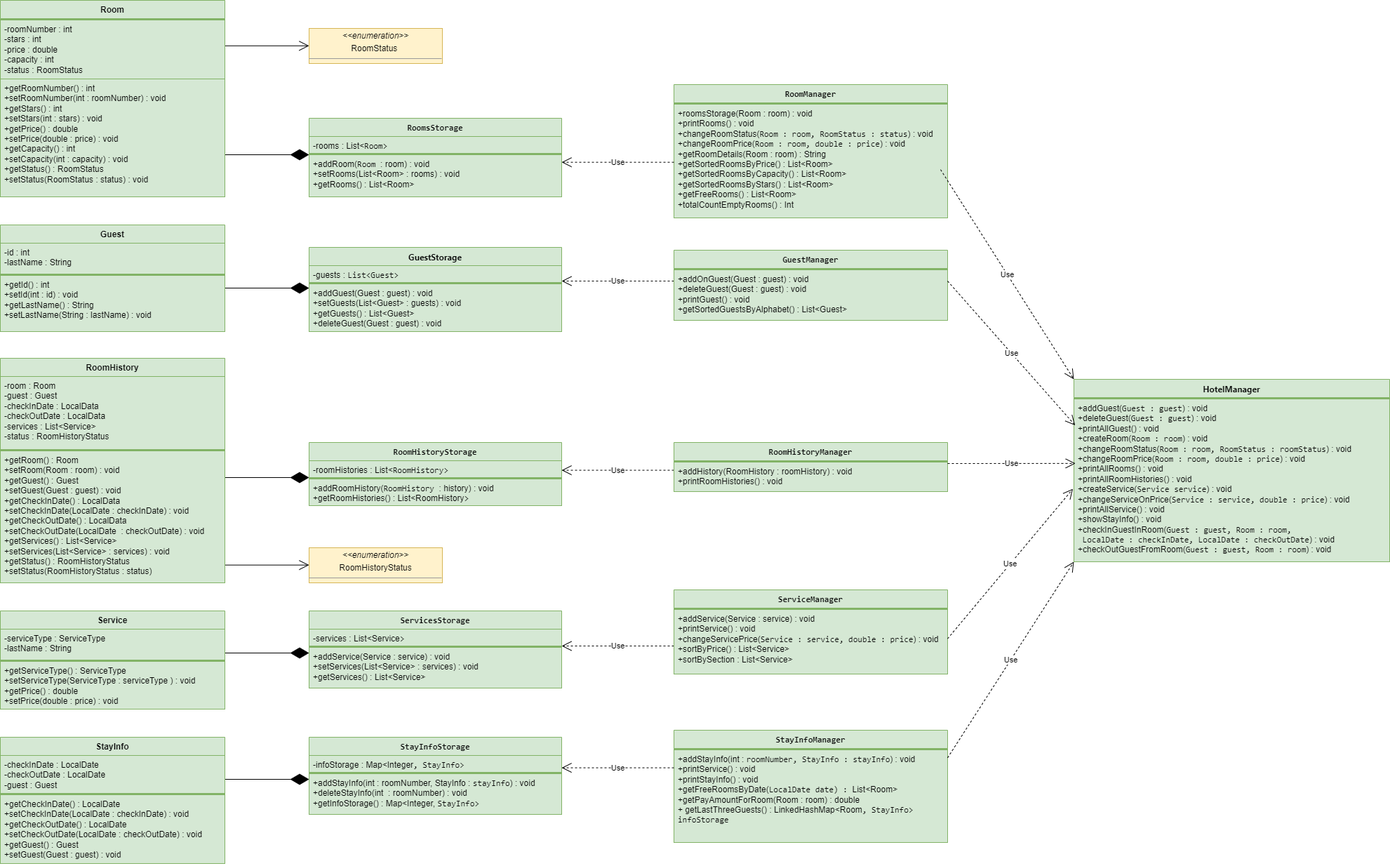
BERSHOV-AO/hotelAdministrator keeps this draw.io diagram as electronicHotelAdministrator.png. Above is the earlier version. Source tidied: cells renumbered, new cells last; positions are measured from the earlier drawing's top-left corner, leaving out a move shared by most shapes.
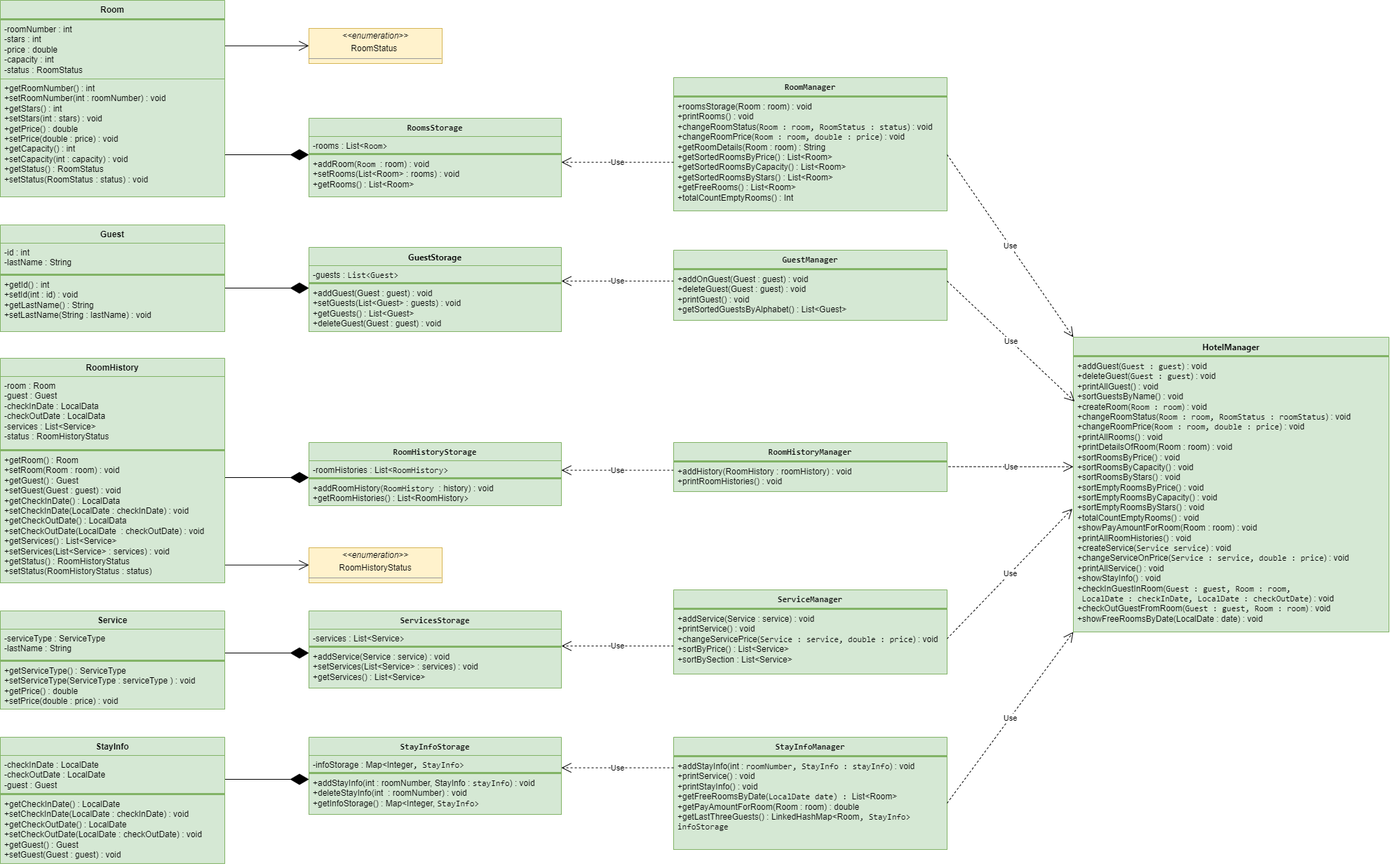
Above is the later version.

Commit message:
Refactor code, uml diagram

Diff of the diagram source:
```diff
@@ -183,7 +183,7 @@
       <mxGeometry y="52" width="360" height="58" as="geometry" />
     </mxCell>
     <mxCell id="52" value="&lt;div style=&quot;font-family: &amp;quot;JetBrains Mono&amp;quot;, monospace; font-size: 12px;&quot;&gt;RoomManager&lt;/div&gt;" style="swimlane;fontStyle=1;align=center;verticalAlign=top;horizontal=1;startSize=26;whiteSpace=wrap;html=1;fillColor=#d5e8d4;strokeColor=#82b366;fontSize=12;" parent="1" vertex="1">
-      <mxGeometry x="960" y="120" width="390" height="190" as="geometry" />
+      <mxGeometry x="960" y="110" width="390" height="190" as="geometry" />
     </mxCell>
     <mxCell id="53" style="line;strokeWidth=1;fillColor=#d5e8d4;align=left;verticalAlign=middle;spacingTop=-1;spacingLeft=3;spacingRight=3;labelPosition=right;strokeColor=#82b366;fontSize=12;" parent="52" vertex="1">
       <mxGeometry y="26" width="390" height="2" as="geometry" />
@@ -219,22 +219,22 @@
       <mxGeometry y="28" width="390" height="92" as="geometry" />
     </mxCell>
     <mxCell id="64" value="&lt;div style=&quot;font-family: &amp;quot;JetBrains Mono&amp;quot;, monospace; font-size: 12px;&quot;&gt;&lt;div style=&quot;font-size: 12px;&quot;&gt;&lt;div style=&quot;&quot;&gt;&lt;div style=&quot;&quot;&gt;StayInfoManager&lt;/div&gt;&lt;/div&gt;&lt;/div&gt;&lt;/div&gt;" style="swimlane;fontStyle=1;align=center;verticalAlign=top;horizontal=1;startSize=26;whiteSpace=wrap;html=1;fillColor=#d5e8d4;strokeColor=#82b366;fontSize=12;" parent="1" vertex="1">
-      <mxGeometry x="960" y="1040" width="390" height="160" as="geometry" />
+      <mxGeometry x="960" y="1050" width="390" height="160" as="geometry" />
     </mxCell>
     <mxCell id="65" style="line;strokeWidth=1;fillColor=#d5e8d4;align=left;verticalAlign=middle;spacingTop=-1;spacingLeft=3;spacingRight=3;labelPosition=right;strokeColor=#82b366;fontSize=12;" parent="64" vertex="1">
       <mxGeometry y="26" width="390" height="2" as="geometry" />
     </mxCell>
-    <mxCell id="66" value="+addStayInfo(int :&amp;nbsp;&lt;span style=&quot;font-family: &amp;quot;JetBrains Mono&amp;quot;, monospace;&quot;&gt;roomNumber&lt;/span&gt;&lt;span style=&quot;font-family: &amp;quot;JetBrains Mono&amp;quot;, monospace;&quot;&gt;, &lt;/span&gt;&lt;span style=&quot;font-family: &amp;quot;JetBrains Mono&amp;quot;, monospace;&quot;&gt;StayInfo : stayInfo&lt;/span&gt;) : void&lt;br&gt;+printService()&amp;nbsp;: void&lt;br&gt;+printStayInfo() : void&lt;br&gt;+getFreeRoomsByDate(&lt;span style=&quot;font-family: &amp;quot;JetBrains Mono&amp;quot;, monospace;&quot;&gt;LocalDate date&lt;/span&gt;&lt;span style=&quot;font-family: &amp;quot;JetBrains Mono&amp;quot;, monospace;&quot;&gt;) :&amp;nbsp;&lt;/span&gt;List&amp;lt;Room&amp;gt;&lt;br&gt;+getPayAmountForRoom(Room : room) :&amp;nbsp;double&lt;br&gt;+&amp;nbsp;getLastThreeGuests() :&amp;nbsp;LinkedHashMap&amp;lt;Room&lt;span style=&quot;font-family: &amp;quot;JetBrains Mono&amp;quot;, monospace;&quot;&gt;, &lt;/span&gt;&lt;span style=&quot;font-family: &amp;quot;JetBrains Mono&amp;quot;, monospace;&quot;&gt;StayInfo&amp;gt; infoStorage&lt;/span&gt;" style="text;strokeColor=#82b366;fillColor=#d5e8d4;align=left;verticalAlign=top;spacingLeft=4;spacingRight=4;overflow=hidden;points=[[0,0.5],[1,0.5]];portConstraint=eastwest;whiteSpace=wrap;html=1;fontSize=12;" parent="64" vertex="1">
+    <mxCell id="66" value="+addStayInfo(int :&amp;nbsp;&lt;span style=&quot;font-family: &amp;quot;JetBrains Mono&amp;quot;, monospace;&quot;&gt;roomNumber&lt;/span&gt;&lt;span style=&quot;font-family: &amp;quot;JetBrains Mono&amp;quot;, monospace;&quot;&gt;, &lt;/span&gt;&lt;span style=&quot;font-family: &amp;quot;JetBrains Mono&amp;quot;, monospace;&quot;&gt;StayInfo : stayInfo&lt;/span&gt;) : void&lt;br&gt;+printService()&amp;nbsp;: void&lt;br&gt;+printStayInfo() : void&lt;br&gt;+getFreeRoomsByDate(&lt;span style=&quot;font-family: &amp;quot;JetBrains Mono&amp;quot;, monospace;&quot;&gt;LocalDate date&lt;/span&gt;&lt;span style=&quot;font-family: &amp;quot;JetBrains Mono&amp;quot;, monospace;&quot;&gt;) :&amp;nbsp;&lt;/span&gt;List&amp;lt;Room&amp;gt;&lt;br&gt;+getPayAmountForRoom(Room : room) :&amp;nbsp;double&lt;br&gt;+getLastThreeGuests() :&amp;nbsp;LinkedHashMap&amp;lt;Room&lt;span style=&quot;font-family: &amp;quot;JetBrains Mono&amp;quot;, monospace;&quot;&gt;, &lt;/span&gt;&lt;span style=&quot;font-family: &amp;quot;JetBrains Mono&amp;quot;, monospace;&quot;&gt;StayInfo&amp;gt; infoStorage&lt;/span&gt;" style="text;strokeColor=#82b366;fillColor=#d5e8d4;align=left;verticalAlign=top;spacingLeft=4;spacingRight=4;overflow=hidden;points=[[0,0.5],[1,0.5]];portConstraint=eastwest;whiteSpace=wrap;html=1;fontSize=12;" parent="64" vertex="1">
       <mxGeometry y="28" width="390" height="132" as="geometry" />
     </mxCell>
     <mxCell id="67" value="&lt;div style=&quot;font-family: &amp;quot;JetBrains Mono&amp;quot;, monospace; font-size: 12px;&quot;&gt;&lt;div style=&quot;font-family: &amp;quot;Segoe UI&amp;quot;;&quot;&gt;HotelManager&lt;/div&gt;&lt;/div&gt;" style="swimlane;fontStyle=1;align=center;verticalAlign=top;horizontal=1;startSize=26;whiteSpace=wrap;html=1;fillColor=#d5e8d4;strokeColor=#82b366;fontSize=12;" parent="1" vertex="1">
-      <mxGeometry x="1530" y="540" width="450" height="260" as="geometry" />
+      <mxGeometry x="1530" y="480" width="450" height="420" as="geometry" />
     </mxCell>
     <mxCell id="68" style="line;strokeWidth=1;fillColor=#d5e8d4;align=left;verticalAlign=middle;spacingTop=-1;spacingLeft=3;spacingRight=3;labelPosition=right;strokeColor=#82b366;fontSize=12;" parent="67" vertex="1">
       <mxGeometry y="26" width="450" height="2" as="geometry" />
     </mxCell>
-    <mxCell id="69" value="&lt;font style=&quot;font-size: 12px;&quot;&gt;+addGuest(&lt;span style=&quot;font-family: &amp;quot;JetBrains Mono&amp;quot;, monospace;&quot;&gt;Guest : guest&lt;/span&gt;) : void&lt;br&gt;+deleteGuest(&lt;span style=&quot;font-family: &amp;quot;JetBrains Mono&amp;quot;, monospace;&quot;&gt;Guest : guest&lt;/span&gt;)&amp;nbsp;: void&lt;br&gt;+printAllGuest() : void&lt;br&gt;+createRoom(&lt;span style=&quot;font-family: &amp;quot;JetBrains Mono&amp;quot;, monospace;&quot;&gt;Room : room&lt;/span&gt;)&amp;nbsp;&lt;span style=&quot;border-color: var(--border-color);&quot;&gt;: void&lt;br&gt;+changeRoomStatus(&lt;span style=&quot;font-family: &amp;quot;JetBrains Mono&amp;quot;, monospace;&quot;&gt;Room : room&lt;/span&gt;&lt;span style=&quot;font-family: &amp;quot;JetBrains Mono&amp;quot;, monospace;&quot;&gt;, &lt;/span&gt;&lt;span style=&quot;font-family: &amp;quot;JetBrains Mono&amp;quot;, monospace;&quot;&gt;RoomStatus : roomStatus&lt;/span&gt;) : void&lt;br&gt;+changeRoomPrice(&lt;span style=&quot;font-family: &amp;quot;JetBrains Mono&amp;quot;, monospace;&quot;&gt;Room : room&lt;/span&gt;&lt;span style=&quot;font-family: &amp;quot;JetBrains Mono&amp;quot;, monospace;&quot;&gt;, double :&amp;nbsp;&lt;/span&gt;&lt;span style=&quot;font-family: &amp;quot;JetBrains Mono&amp;quot;, monospace;&quot;&gt;price&lt;/span&gt;)&amp;nbsp;: void&lt;br&gt;+printAllRooms&lt;span style=&quot;border-color: var(--border-color);&quot;&gt;(&lt;/span&gt;&lt;span style=&quot;border-color: var(--border-color);&quot;&gt;) : void&lt;/span&gt;&lt;br&gt;+printAllRoomHistories&lt;/span&gt;&lt;span style=&quot;border-color: var(--border-color);&quot;&gt;(&lt;/span&gt;&lt;span style=&quot;border-color: var(--border-color);&quot;&gt;)&amp;nbsp;&lt;/span&gt;&lt;/font&gt;&lt;span style=&quot;border-color: var(--border-color);&quot;&gt;&lt;font style=&quot;font-size: 12px;&quot;&gt;: void&lt;br&gt;+createService(&lt;span style=&quot;font-family: &amp;quot;JetBrains Mono&amp;quot;, monospace;&quot;&gt;Service service&lt;/span&gt;) : void&lt;br&gt;+changeServiceOnPrice(&lt;span style=&quot;font-family: &amp;quot;JetBrains Mono&amp;quot;, monospace;&quot;&gt;Service : service&lt;/span&gt;&lt;span style=&quot;font-family: &amp;quot;JetBrains Mono&amp;quot;, monospace;&quot;&gt;, double :&amp;nbsp;&lt;/span&gt;&lt;span style=&quot;font-family: &amp;quot;JetBrains Mono&amp;quot;, monospace;&quot;&gt;price&lt;/span&gt;)&amp;nbsp;: void&lt;br&gt;+printAllService&lt;span style=&quot;border-color: var(--border-color);&quot;&gt;(&lt;/span&gt;&lt;span style=&quot;border-color: var(--border-color);&quot;&gt;) : void&lt;/span&gt;&lt;br&gt;+showStayInfo&lt;span style=&quot;border-color: var(--border-color);&quot;&gt;(&lt;/span&gt;&lt;span style=&quot;border-color: var(--border-color);&quot;&gt;)&amp;nbsp;&lt;/span&gt;&lt;span style=&quot;border-color: var(--border-color);&quot;&gt;: void&lt;/span&gt;&lt;br&gt;&lt;span style=&quot;border-color: var(--border-color);&quot;&gt;+checkInGuestInRoom(&lt;span style=&quot;font-family: &amp;quot;JetBrains Mono&amp;quot;, monospace;&quot;&gt;Guest : guest&lt;/span&gt;&lt;span style=&quot;font-family: &amp;quot;JetBrains Mono&amp;quot;, monospace;&quot;&gt;, &lt;/span&gt;&lt;span style=&quot;font-family: &amp;quot;JetBrains Mono&amp;quot;, monospace;&quot;&gt;Room : room&lt;/span&gt;&lt;span style=&quot;font-family: &amp;quot;JetBrains Mono&amp;quot;, monospace;&quot;&gt;,&lt;br&gt;&lt;/span&gt;&lt;span style=&quot;font-family: &amp;quot;JetBrains Mono&amp;quot;, monospace;&quot;&gt;&amp;nbsp;LocalDate : checkInDate&lt;/span&gt;&lt;span style=&quot;font-family: &amp;quot;JetBrains Mono&amp;quot;, monospace;&quot;&gt;, &lt;/span&gt;&lt;span style=&quot;font-family: &amp;quot;JetBrains Mono&amp;quot;, monospace;&quot;&gt;LocalDate : checkOutDate&lt;/span&gt;) : void&lt;br&gt;+checkOutGuestFromRoom(&lt;span style=&quot;font-family: &amp;quot;JetBrains Mono&amp;quot;, monospace;&quot;&gt;Guest : guest&lt;/span&gt;&lt;span style=&quot;font-family: &amp;quot;JetBrains Mono&amp;quot;, monospace;&quot;&gt;, &lt;/span&gt;&lt;span style=&quot;font-family: &amp;quot;JetBrains Mono&amp;quot;, monospace;&quot;&gt;Room : room&lt;/span&gt;)&amp;nbsp;: void&lt;br style=&quot;border-color: var(--border-color);&quot;&gt;&lt;/span&gt;&lt;/font&gt;&lt;br&gt;&lt;/span&gt;" style="text;strokeColor=#82b366;fillColor=#d5e8d4;align=left;verticalAlign=top;spacingLeft=4;spacingRight=4;overflow=hidden;points=[[0,0.5],[1,0.5]];portConstraint=eastwest;whiteSpace=wrap;html=1;fontSize=12;" parent="67" vertex="1">
-      <mxGeometry y="28" width="450" height="232" as="geometry" />
+    <mxCell id="69" value="&lt;font style=&quot;font-size: 12px;&quot;&gt;+addGuest(&lt;span style=&quot;font-family: &amp;quot;JetBrains Mono&amp;quot;, monospace;&quot;&gt;Guest : guest&lt;/span&gt;) : void&lt;br&gt;+deleteGuest(&lt;span style=&quot;font-family: &amp;quot;JetBrains Mono&amp;quot;, monospace;&quot;&gt;Guest : guest&lt;/span&gt;)&amp;nbsp;: void&lt;br&gt;+printAllGuest() : void&lt;br&gt;+sortGuestsByName() : void&lt;br&gt;+createRoom(&lt;span style=&quot;font-family: &amp;quot;JetBrains Mono&amp;quot;, monospace;&quot;&gt;Room : room&lt;/span&gt;)&amp;nbsp;&lt;span style=&quot;border-color: var(--border-color);&quot;&gt;: void&lt;br&gt;+changeRoomStatus(&lt;span style=&quot;font-family: &amp;quot;JetBrains Mono&amp;quot;, monospace;&quot;&gt;Room : room&lt;/span&gt;&lt;span style=&quot;font-family: &amp;quot;JetBrains Mono&amp;quot;, monospace;&quot;&gt;, &lt;/span&gt;&lt;span style=&quot;font-family: &amp;quot;JetBrains Mono&amp;quot;, monospace;&quot;&gt;RoomStatus : roomStatus&lt;/span&gt;) : void&lt;br&gt;+changeRoomPrice(&lt;span style=&quot;font-family: &amp;quot;JetBrains Mono&amp;quot;, monospace;&quot;&gt;Room : room&lt;/span&gt;&lt;span style=&quot;font-family: &amp;quot;JetBrains Mono&amp;quot;, monospace;&quot;&gt;, double :&amp;nbsp;&lt;/span&gt;&lt;span style=&quot;font-family: &amp;quot;JetBrains Mono&amp;quot;, monospace;&quot;&gt;price&lt;/span&gt;)&amp;nbsp;: void&lt;br&gt;+printAllRooms&lt;span style=&quot;border-color: var(--border-color);&quot;&gt;(&lt;/span&gt;&lt;span style=&quot;border-color: var(--border-color);&quot;&gt;) : void&lt;br&gt;&lt;/span&gt;+printDetailsOfRoom(Room : room) : void&lt;br&gt;+sortRoomsByPrice() : void&lt;br&gt;+sortRoomsByCapacity() : void&lt;br&gt;+sortRoomsByStars() : void&lt;br&gt;+sortEmptyRoomsByPrice() : void&lt;br&gt;+sortEmptyRoomsByCapacity() : void&lt;br&gt;+sortEmptyRoomsByStars() : void&lt;br&gt;+totalCountEmptyRooms() : void&lt;br&gt;+showPayAmountForRoom(Room : room) : void&lt;br&gt;+printAllRoomHistories&lt;/span&gt;&lt;span style=&quot;border-color: var(--border-color);&quot;&gt;(&lt;/span&gt;&lt;span style=&quot;border-color: var(--border-color);&quot;&gt;)&amp;nbsp;&lt;/span&gt;&lt;/font&gt;&lt;span style=&quot;border-color: var(--border-color);&quot;&gt;&lt;font style=&quot;font-size: 12px;&quot;&gt;: void&lt;br&gt;+createService(&lt;span style=&quot;font-family: &amp;quot;JetBrains Mono&amp;quot;, monospace;&quot;&gt;Service service&lt;/span&gt;) : void&lt;br&gt;+changeServiceOnPrice(&lt;span style=&quot;font-family: &amp;quot;JetBrains Mono&amp;quot;, monospace;&quot;&gt;Service : service&lt;/span&gt;&lt;span style=&quot;font-family: &amp;quot;JetBrains Mono&amp;quot;, monospace;&quot;&gt;, double :&amp;nbsp;&lt;/span&gt;&lt;span style=&quot;font-family: &amp;quot;JetBrains Mono&amp;quot;, monospace;&quot;&gt;price&lt;/span&gt;)&amp;nbsp;: void&lt;br&gt;+printAllService&lt;span style=&quot;border-color: var(--border-color);&quot;&gt;(&lt;/span&gt;&lt;span style=&quot;border-color: var(--border-color);&quot;&gt;) : void&lt;/span&gt;&lt;br&gt;+showStayInfo&lt;span style=&quot;border-color: var(--border-color);&quot;&gt;(&lt;/span&gt;&lt;span style=&quot;border-color: var(--border-color);&quot;&gt;)&amp;nbsp;&lt;/span&gt;&lt;span style=&quot;border-color: var(--border-color);&quot;&gt;: void&lt;/span&gt;&lt;br&gt;&lt;span style=&quot;border-color: var(--border-color);&quot;&gt;+checkInGuestInRoom(&lt;span style=&quot;font-family: &amp;quot;JetBrains Mono&amp;quot;, monospace;&quot;&gt;Guest : guest&lt;/span&gt;&lt;span style=&quot;font-family: &amp;quot;JetBrains Mono&amp;quot;, monospace;&quot;&gt;, &lt;/span&gt;&lt;span style=&quot;font-family: &amp;quot;JetBrains Mono&amp;quot;, monospace;&quot;&gt;Room : room&lt;/span&gt;&lt;span style=&quot;font-family: &amp;quot;JetBrains Mono&amp;quot;, monospace;&quot;&gt;,&lt;br&gt;&lt;/span&gt;&lt;span style=&quot;font-family: &amp;quot;JetBrains Mono&amp;quot;, monospace;&quot;&gt;&amp;nbsp;LocalDate : checkInDate&lt;/span&gt;&lt;span style=&quot;font-family: &amp;quot;JetBrains Mono&amp;quot;, monospace;&quot;&gt;, &lt;/span&gt;&lt;span style=&quot;font-family: &amp;quot;JetBrains Mono&amp;quot;, monospace;&quot;&gt;LocalDate : checkOutDate&lt;/span&gt;) : void&lt;br&gt;+checkOutGuestFromRoom(&lt;span style=&quot;font-family: &amp;quot;JetBrains Mono&amp;quot;, monospace;&quot;&gt;Guest : guest&lt;/span&gt;&lt;span style=&quot;font-family: &amp;quot;JetBrains Mono&amp;quot;, monospace;&quot;&gt;, &lt;/span&gt;&lt;span style=&quot;font-family: &amp;quot;JetBrains Mono&amp;quot;, monospace;&quot;&gt;Room : room&lt;/span&gt;)&amp;nbsp;: void&lt;br style=&quot;border-color: var(--border-color);&quot;&gt;&lt;/span&gt;&lt;/font&gt;+showFreeRoomsByDate(LocalDate : date) : void&lt;br&gt;&lt;/span&gt;" style="text;strokeColor=#82b366;fillColor=#d5e8d4;align=left;verticalAlign=top;spacingLeft=4;spacingRight=4;overflow=hidden;points=[[0,0.5],[1,0.5]];portConstraint=eastwest;whiteSpace=wrap;html=1;fontSize=12;" parent="67" vertex="1">
+      <mxGeometry y="28" width="450" height="392" as="geometry" />
     </mxCell>
     <mxCell id="70" value="Use" style="endArrow=open;endSize=12;dashed=1;html=1;rounded=0;" parent="1" edge="1">
       <mxGeometry relative="1" as="geometry">
@@ -250,19 +250,12 @@
     </mxCell>
     <mxCell id="72" value="Use" style="endArrow=open;endSize=12;dashed=1;html=1;rounded=0;entryX=0;entryY=0;entryDx=0;entryDy=0;" parent="1" edge="1" target="67">
       <mxGeometry relative="1" as="geometry">
-        <mxPoint x="1340" y="241.2" as="sourcePoint" />
+        <mxPoint x="1350" y="220" as="sourcePoint" />
       </mxGeometry>
     </mxCell>
-    <mxCell id="73" value="Use" style="endArrow=open;endSize=12;dashed=1;html=1;rounded=0;entryX=0;entryY=1;entryDx=0;entryDy=0;" parent="1" edge="1" target="67">
-      <mxGeometry relative="1" as="geometry">
-        <mxPoint x="1350" y="1079.4" as="sourcePoint" />
-      </mxGeometry>
+    <mxCell id="73" value="Use" style="endArrow=open;endSize=12;dashed=1;html=1;rounded=0;entryX=0;entryY=1;entryDx=0;entryDy=0;exitX=1;exitY=0.5;exitDx=0;exitDy=0;" parent="1" edge="1" source="66" target="67">
+      <mxGeometry relative="1" as="geometry" />
     </mxCell>
-    <mxCell id="74" value="Use" style="endArrow=open;endSize=12;dashed=1;html=1;rounded=0;entryX=0.005;entryY=0.396;entryDx=0;entryDy=0;entryPerimeter=0;" parent="1" edge="1" target="69">
-      <mxGeometry relative="1" as="geometry">
-        <mxPoint x="1350" y="660" as="sourcePoint" />
-      </mxGeometry>
-    </mxCell>
     <mxCell id="75" value="Use" style="endArrow=open;endSize=12;dashed=1;html=1;rounded=0;entryX=-0.003;entryY=0.552;entryDx=0;entryDy=0;entryPerimeter=0;" parent="1" edge="1" target="69">
       <mxGeometry relative="1" as="geometry">
         <mxPoint x="1350" y="909.6" as="sourcePoint" />
@@ -279,5 +272,10 @@
     <mxCell id="78" value="&lt;p style=&quot;margin:0px;margin-top:4px;text-align:center;&quot;&gt;&lt;i&gt;&amp;lt;&amp;lt;&lt;/i&gt;&lt;i style=&quot;background-color: initial;&quot;&gt;enumeration&lt;/i&gt;&lt;i style=&quot;background-color: initial;&quot;&gt;&amp;gt;&amp;gt;&lt;/i&gt;&lt;/p&gt;&lt;p style=&quot;margin:0px;margin-top:4px;text-align:center;&quot;&gt;RoomHistoryStatus&lt;br&gt;&lt;/p&gt;&lt;hr size=&quot;1&quot;&gt;&lt;p style=&quot;margin:0px;margin-left:4px;&quot;&gt;&lt;br&gt;&lt;/p&gt;" style="verticalAlign=top;align=left;overflow=fill;fontSize=12;fontFamily=Helvetica;html=1;whiteSpace=wrap;fillColor=#fff2cc;strokeColor=#d6b656;" parent="1" vertex="1">
       <mxGeometry x="440" y="780" width="190" height="50" as="geometry" />
     </mxCell>
+    <mxCell id="74" value="Use" style="endArrow=open;endSize=12;dashed=1;html=1;rounded=0;exitX=1.005;exitY=0.154;exitDx=0;exitDy=0;exitPerimeter=0;" parent="1" edge="1" source="60">
+      <mxGeometry relative="1" as="geometry">
+        <mxPoint x="1530" y="664.6" as="targetPoint" />
+      </mxGeometry>
+    </mxCell>
   </root>
 </mxGraphModel>
```
